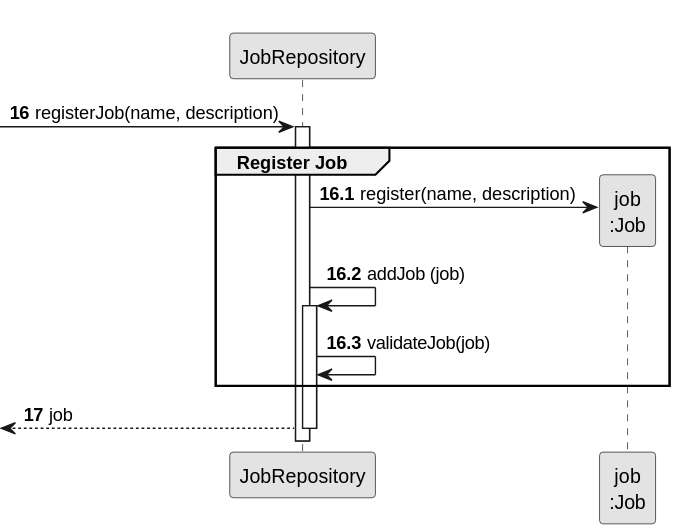
Above: docs/sprintA&B/us002/03.design/svg/us002-sequence-diagram-partial-create-job.svg in daniel41silva05/ISEP_2023_2024_LAPR2 (PlantUML), before the change.
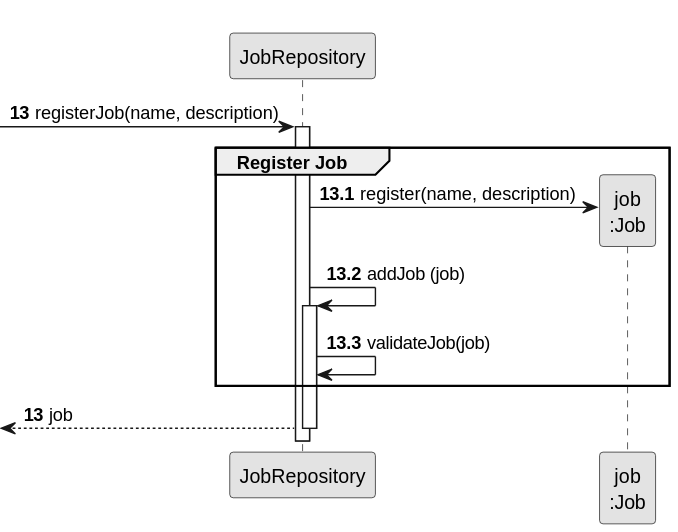
Above is the later version.

Commit message:
ED-16 Update US002 sequence diagram split

What changed in the source:
```diff
@@ -6,10 +6,10 @@
 participant "JobRepository" as JOBS
 participant "job\n:Job" as JOB
 
-autonumber 16
+autonumber 13
 -> JOBS: registerJob(name, description)
 
-autonumber 16.1
+autonumber 13.1
 activate JOBS
     group Register Job
 
@@ -20,7 +20,7 @@
             JOBS -> JOBS: validateJob(job)
     end
 
-    autonumber 17
+    autonumber 13
     <-- JOBS : job
 deactivate JOBS
 @enduml
```
